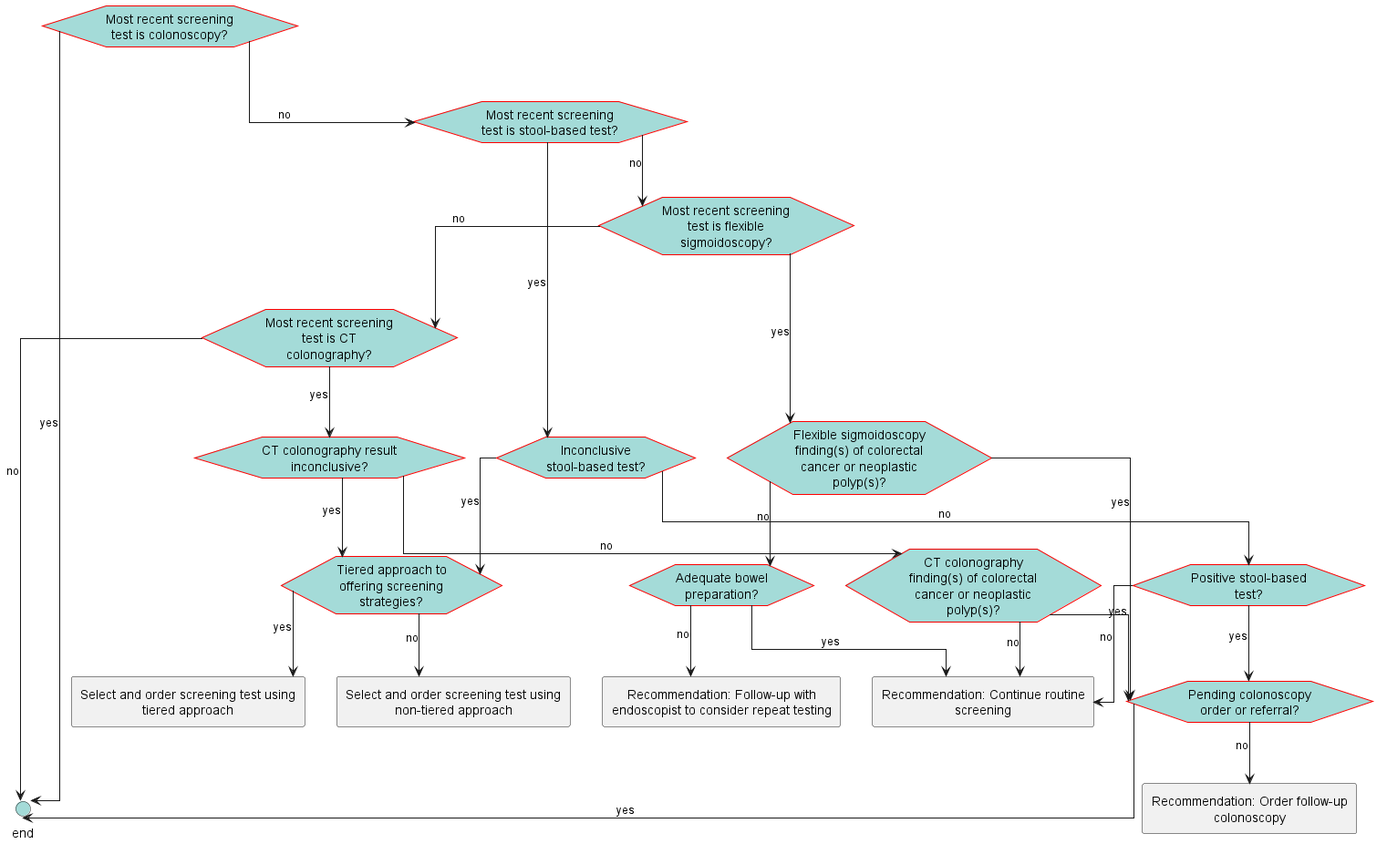
Earlier version of the PlantUML export images/flow-FollowUp.png (ccsm-cds-tools/CDC-Colorectal-Cancer-Screening-CDS-L2).
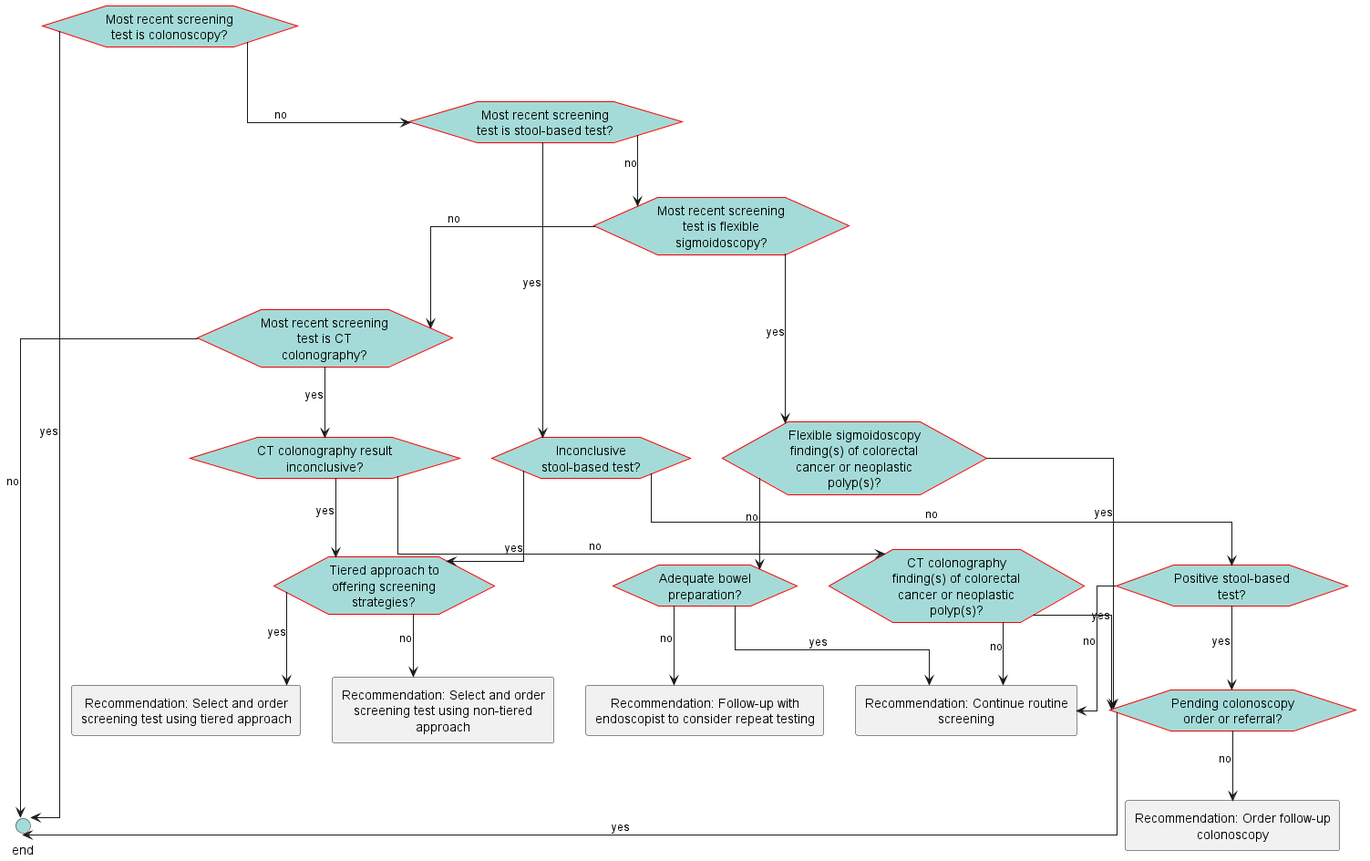
Above is the later version.

Diff of the diagram source:
```diff
@@ -32,8 +32,8 @@
 circle "end" as end_1 <<end>>
 rectangle "Recommendation: Continue routine screening" as act_continueRoutineScreening [[#act-continueRoutineScreening]]
 rectangle "Recommendation: Follow-up with endoscopist to consider repeat testing" as act_followUpEndoscopist [[#act-followUpEndoscopist]]
-rectangle "Select and order screening test using tiered approach" as act_PickScreeningMethodTiered [[#act-PickScreeningMethodTiered]]
-rectangle "Select and order screening test using non-tiered approach" as act_PickScreeningMethodNonTiered [[#act-PickScreeningMethodNonTiered]]
+rectangle "Recommendation: Select and order screening test using tiered approach" as act_PickScreeningMethodTiered [[#act-PickScreeningMethodTiered]]
+rectangle "Recommendation: Select and order screening test using non-tiered approach" as act_PickScreeningMethodNonTiered [[#act-PickScreeningMethodNonTiered]]
 rectangle "Recommendation: Order follow-up colonoscopy" as act_FollowUpColonoscopy [[#act-FollowUpColonoscopy]]
 eve_lastTestColonoscopy-->end_1: yes
 eve_lastTestColonoscopy-->eve_lastTestStool: no
```
